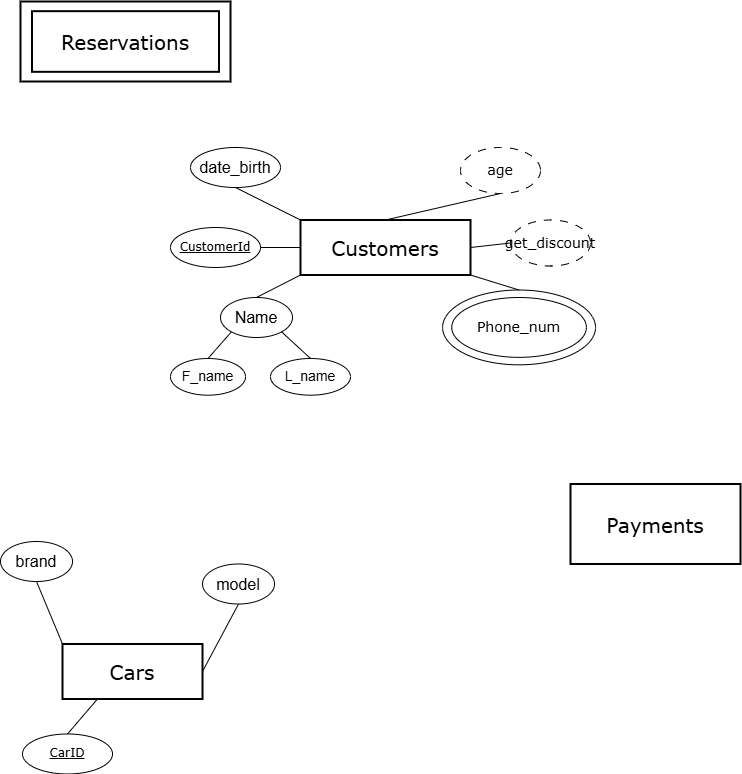
Above: ER Diagram.drawio.png in haneen1705/ERDs (draw.io), before the change. Source tidied: cells renumbered, new cells last; positions are measured from the earlier drawing's top-left corner, leaving out a move shared by most shapes.
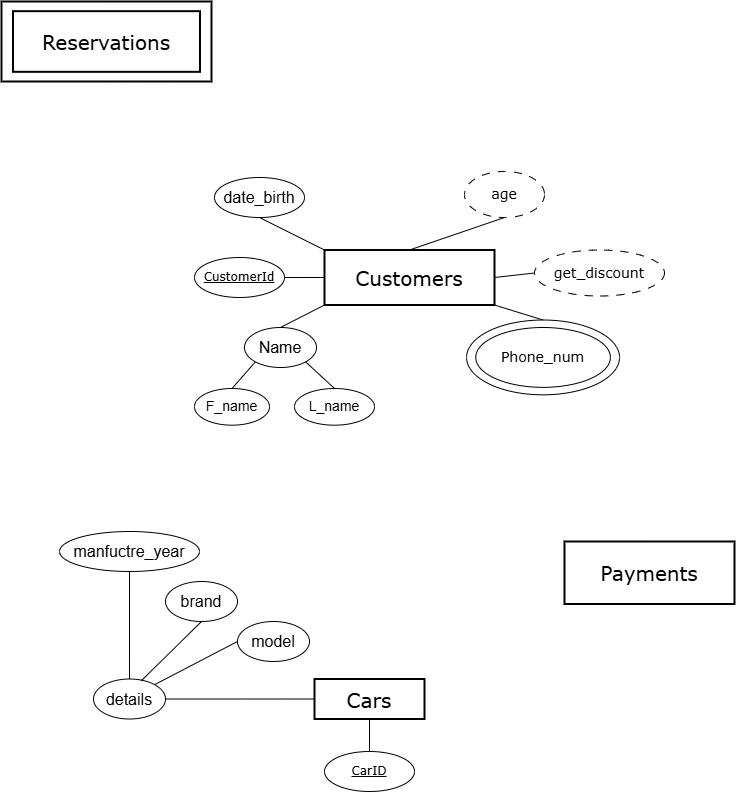
Above is the later version.

The edit, as a diff of the source:
```diff
@@ -6,13 +6,13 @@
       <mxGeometry x="300" y="218.5" width="170" height="55" as="geometry" />
     </mxCell>
     <mxCell id="3" value="&lt;font face=&quot;Verdana&quot; style=&quot;font-size: 20px;&quot;&gt;Cars&lt;/font&gt;" style="rounded=0;whiteSpace=wrap;html=1;strokeWidth=2;" parent="1" vertex="1">
-      <mxGeometry x="62" y="642.5" width="140" height="55" as="geometry" />
+      <mxGeometry x="290" y="647.5" width="110" height="40" as="geometry" />
     </mxCell>
     <mxCell id="4" value="&lt;font face=&quot;Verdana&quot;&gt;&lt;span style=&quot;font-size: 20px;&quot;&gt;Payments&lt;/span&gt;&lt;/font&gt;" style="rounded=0;whiteSpace=wrap;html=1;strokeWidth=2;" parent="1" vertex="1">
-      <mxGeometry x="570" y="482.5" width="170" height="80" as="geometry" />
+      <mxGeometry x="540" y="510" width="170" height="62.5" as="geometry" />
     </mxCell>
     <mxCell id="5" style="group;" parent="1" vertex="1">
-      <mxGeometry x="20" width="210" height="80" as="geometry" />
+      <mxGeometry x="-23" y="-30" width="210" height="80" as="geometry" />
     </mxCell>
     <mxCell id="6" value="&lt;font face=&quot;Verdana&quot; style=&quot;font-size: 20px;&quot;&gt;Reservations&lt;/font&gt;" style="rounded=0;whiteSpace=wrap;html=1;strokeWidth=2;" parent="5" vertex="1">
       <mxGeometry width="210" height="80" as="geometry" />
@@ -42,7 +42,7 @@
       <mxGeometry x="-9.2" y="-7.5" width="153" height="74.8" as="geometry" />
     </mxCell>
     <mxCell id="15" value="&lt;font face=&quot;Verdana&quot; style=&quot;font-size: 14px;&quot;&gt;age&lt;/font&gt;" style="ellipse;whiteSpace=wrap;html=1;dashed=1;dashPattern=8 8;" parent="1" vertex="1">
-      <mxGeometry x="460" y="146" width="80" height="46" as="geometry" />
+      <mxGeometry x="440" y="140" width="80" height="46" as="geometry" />
     </mxCell>
     <mxCell id="16" style="endArrow=none;html=1;rounded=0;exitX=0.5;exitY=0;exitDx=0;exitDy=0;entryX=0.5;entryY=1;entryDx=0;entryDy=0;" parent="1" edge="1" source="2" target="15">
       <mxGeometry relative="1" as="geometry" />
@@ -72,28 +72,40 @@
       <mxGeometry relative="1" as="geometry" />
     </mxCell>
     <mxCell id="25" value="&lt;u&gt;&lt;font face=&quot;Verdana&quot;&gt;CarID&lt;/font&gt;&lt;/u&gt;" style="ellipse;whiteSpace=wrap;html=1;" parent="1" vertex="1">
-      <mxGeometry x="22" y="732.5" width="90" height="40" as="geometry" />
+      <mxGeometry x="300" y="720" width="90" height="40" as="geometry" />
     </mxCell>
-    <mxCell id="26" style="endArrow=none;html=1;rounded=0;entryX=0.25;entryY=1;entryDx=0;entryDy=0;exitX=0.5;exitY=0;exitDx=0;exitDy=0;" parent="1" edge="1" source="25" target="3">
+    <mxCell id="26" style="endArrow=none;html=1;rounded=0;entryX=0.5;entryY=1;entryDx=0;entryDy=0;exitX=0.5;exitY=0;exitDx=0;exitDy=0;" parent="1" edge="1" source="25" target="3">
       <mxGeometry relative="1" as="geometry" />
     </mxCell>
-    <mxCell id="27" style="endArrow=none;html=1;rounded=0;entryX=0;entryY=0;entryDx=0;entryDy=0;exitX=0.5;exitY=1;exitDx=0;exitDy=0;" parent="1" edge="1" source="28" target="3">
+    <mxCell id="27" style="endArrow=none;html=1;rounded=0;entryX=0;entryY=0.5;entryDx=0;entryDy=0;" parent="1" edge="1" source="28" target="3">
       <mxGeometry relative="1" as="geometry" />
     </mxCell>
-    <mxCell id="28" value="&lt;font style=&quot;font-size: 16px;&quot;&gt;brand&lt;/font&gt;" style="ellipse;whiteSpace=wrap;html=1;" parent="1" vertex="1">
-      <mxGeometry y="540" width="72" height="40" as="geometry" />
+    <mxCell id="28" value="&lt;font style=&quot;font-size: 16px;&quot;&gt;details&lt;/font&gt;" style="ellipse;whiteSpace=wrap;html=1;" parent="1" vertex="1">
+      <mxGeometry x="69" y="647.5" width="72" height="40" as="geometry" />
     </mxCell>
-    <mxCell id="29" value="&lt;span style=&quot;font-size: 16px;&quot;&gt;model&lt;/span&gt;" style="ellipse;whiteSpace=wrap;html=1;" parent="1" vertex="1">
-      <mxGeometry x="202" y="562.5" width="72" height="40" as="geometry" />
-    </mxCell>
-    <mxCell id="30" style="endArrow=none;html=1;rounded=0;entryX=1;entryY=0.5;entryDx=0;entryDy=0;exitX=0.5;exitY=1;exitDx=0;exitDy=0;" parent="1" edge="1" source="29" target="3">
-      <mxGeometry relative="1" as="geometry" />
-    </mxCell>
     <mxCell id="31" value="&lt;font face=&quot;Verdana&quot;&gt;&lt;span style=&quot;font-size: 14px;&quot;&gt;get_discount&lt;/span&gt;&lt;/font&gt;" style="ellipse;whiteSpace=wrap;html=1;dashed=1;dashPattern=8 8;" parent="1" vertex="1">
-      <mxGeometry x="510" y="218.5" width="80" height="46" as="geometry" />
+      <mxGeometry x="510" y="218.5" width="130" height="46" as="geometry" />
     </mxCell>
     <mxCell id="32" style="endArrow=none;html=1;rounded=0;exitX=1;exitY=0.5;exitDx=0;exitDy=0;entryX=0;entryY=0.5;entryDx=0;entryDy=0;" parent="1" edge="1" source="2" target="31">
       <mxGeometry relative="1" as="geometry" />
     </mxCell>
+    <mxCell id="33" style="endArrow=none;html=1;rounded=0;exitX=1;exitY=0;exitDx=0;exitDy=0;entryX=0;entryY=0.5;entryDx=0;entryDy=0;" parent="1" edge="1" source="28" target="29">
+      <mxGeometry relative="1" as="geometry" />
+    </mxCell>
+    <mxCell id="29" value="&lt;font style=&quot;font-size: 16px;&quot;&gt;model&lt;/font&gt;" style="ellipse;whiteSpace=wrap;html=1;" parent="1" vertex="1">
+      <mxGeometry x="213" y="590" width="72" height="40" as="geometry" />
+    </mxCell>
+    <mxCell id="34" value="&lt;font style=&quot;font-size: 16px;&quot;&gt;manfuctre_year&lt;/font&gt;" style="ellipse;whiteSpace=wrap;html=1;" parent="1" vertex="1">
+      <mxGeometry x="35" y="500" width="140" height="40" as="geometry" />
+    </mxCell>
+    <mxCell id="35" style="endArrow=none;html=1;rounded=0;exitX=0.5;exitY=0;exitDx=0;exitDy=0;entryX=0.5;entryY=1;entryDx=0;entryDy=0;" parent="1" edge="1" source="28" target="34">
+      <mxGeometry relative="1" as="geometry" />
+    </mxCell>
+    <mxCell id="36" value="&lt;span style=&quot;font-size: 16px;&quot;&gt;brand&lt;/span&gt;" style="ellipse;whiteSpace=wrap;html=1;" parent="1" vertex="1">
+      <mxGeometry x="141" y="550" width="72" height="40" as="geometry" />
+    </mxCell>
+    <mxCell id="37" style="endArrow=none;html=1;rounded=0;entryX=0.5;entryY=1;entryDx=0;entryDy=0;exitX=0.664;exitY=0.044;exitDx=0;exitDy=0;exitPerimeter=0;" parent="1" edge="1" source="28" target="36">
+      <mxGeometry relative="1" as="geometry" />
+    </mxCell>
   </root>
 </mxGraphModel>
```
